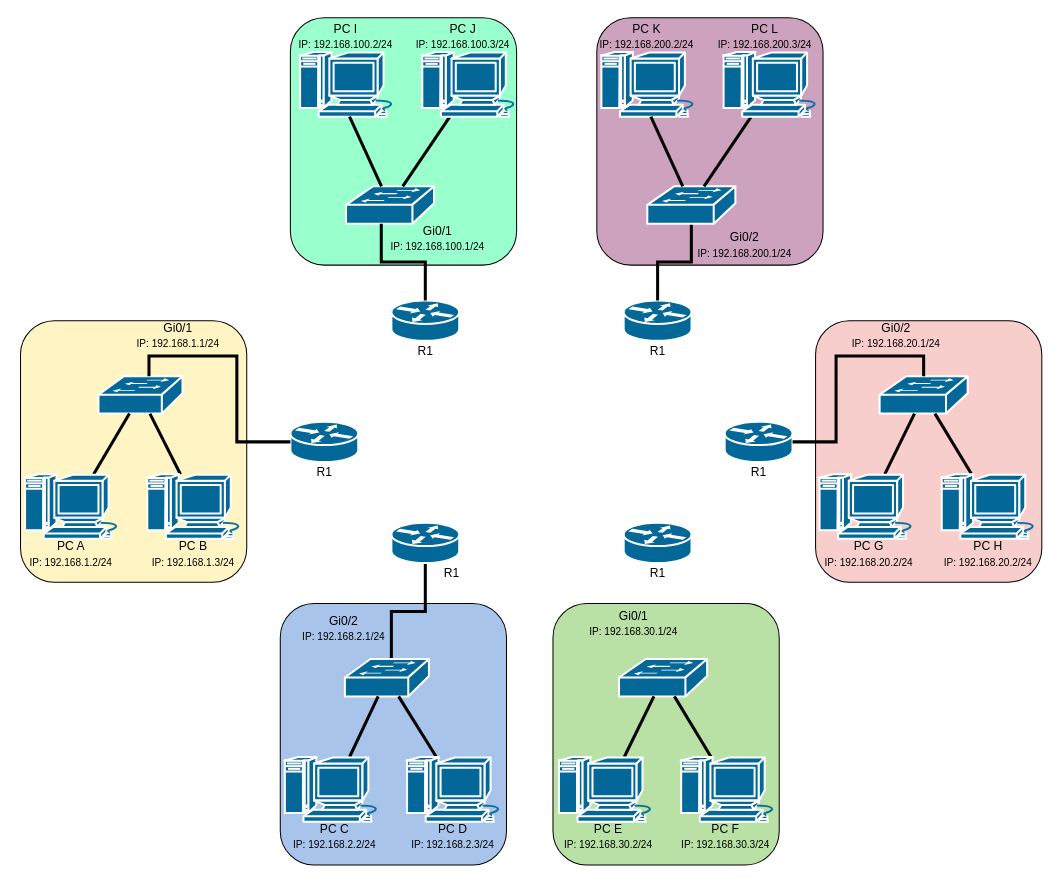
PLAD26/-MAC-Tabellen-und-Switching- keeps this draw.io diagram as Ubung statische routing.drawio. Above is the earlier version. Source tidied: cells renumbered, new cells numbered last; positions are measured from the earlier drawing's top-left corner, leaving out a move shared by most shapes. Both pictures are drawn from the tidied source at 101%, with x=0, y=0 at pixel (17, 17).
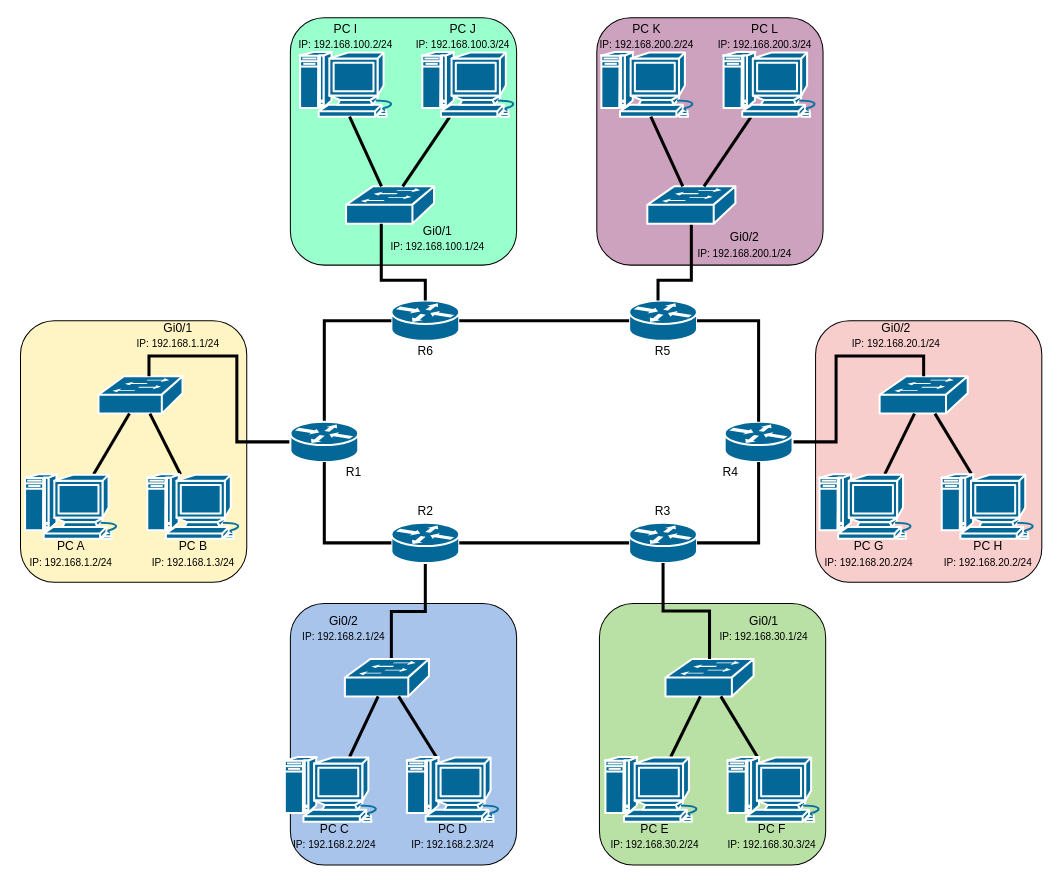
The same diagram, later.

Unchanged cells that the change refers to:
```xml
<mxCell id="5" style="strokeColor=#ffffff;sketch=0;html=1;dashed=0;fillColor=#036897;strokeWidth=2;verticalLabelPosition=bottom;verticalAlign=top;align=center;outlineConnect=0;shape=mxgraph.cisco.switches.workgroup_switch;" parent="3" vertex="1">
  <mxGeometry x="65.4" y="55" width="87.2" height="37" as="geometry" />
</mxCell>
<mxCell id="19" style="group;" parent="1" vertex="1">
  <mxGeometry x="370" y="280" width="67.2" height="65" as="geometry" />
</mxCell>
<mxCell id="20" style="strokeColor=#ffffff;sketch=0;html=1;dashed=0;fillColor=#036897;strokeWidth=2;verticalLabelPosition=bottom;verticalAlign=top;align=center;outlineConnect=0;shape=mxgraph.cisco.routers.router;" parent="19" vertex="1">
  <mxGeometry width="67.2" height="40" as="geometry" />
</mxCell>
<mxCell id="23" style="strokeColor=#ffffff;sketch=0;html=1;dashed=0;fillColor=#036897;strokeWidth=2;verticalLabelPosition=bottom;verticalAlign=top;align=center;outlineConnect=0;shape=mxgraph.cisco.routers.router;" parent="22" vertex="1">
  <mxGeometry width="67.2" height="40" as="geometry" />
</mxCell>
<mxCell id="29" style="strokeColor=#ffffff;sketch=0;html=1;dashed=0;fillColor=#036897;strokeWidth=2;verticalLabelPosition=bottom;verticalAlign=top;align=center;outlineConnect=0;shape=mxgraph.cisco.switches.workgroup_switch;" parent="1" vertex="1">
  <mxGeometry x="325.1" y="167" width="87.2" height="37" as="geometry" />
</mxCell>
<mxCell id="39" style="strokeColor=#ffffff;sketch=0;html=1;dashed=0;fillColor=#036897;strokeWidth=2;verticalLabelPosition=bottom;verticalAlign=top;align=center;outlineConnect=0;shape=mxgraph.cisco.switches.workgroup_switch;" parent="1" vertex="1">
  <mxGeometry x="623.4" y="167" width="87.2" height="37" as="geometry" />
</mxCell>
<mxCell id="78" style="strokeColor=#ffffff;sketch=0;html=1;dashed=0;fillColor=#036897;strokeWidth=2;verticalLabelPosition=bottom;verticalAlign=top;align=center;outlineConnect=0;shape=mxgraph.cisco.routers.router;" parent="1" vertex="1">
  <mxGeometry x="370" y="500" width="67.2" height="40" as="geometry" />
</mxCell>
```

Change to the diagram source:
```diff
@@
     <mxCell id="3" style="group;" parent="1" vertex="1">
-      <mxGeometry x="530" y="580" width="225.4" height="259" as="geometry" />
+      <mxGeometry x="576" y="580" width="225.4" height="259" as="geometry" />
     </mxCell>
@@
     <mxCell id="12" value="Gi0/1&lt;br&gt;&lt;div&gt;&lt;font style=&quot;font-size: 10px;&quot;&gt;IP: 192.168.30.1/24&lt;/font&gt;&lt;/div&gt;" style="text;html=1;whiteSpace=wrap;strokeColor=none;fillColor=none;align=center;verticalAlign=middle;rounded=0;" parent="3" vertex="1">
-      <mxGeometry x="26.6" y="5" width="105.8" height="30" as="geometry" />
+      <mxGeometry x="110" y="10" width="105.8" height="30" as="geometry" />
     </mxCell>
-    <mxCell id="13" style="group;" parent="1" vertex="1">
-      <mxGeometry x="600" y="500" width="67.2" height="65" as="geometry" />
-    </mxCell>
-    <mxCell id="14" style="strokeColor=#ffffff;sketch=0;html=1;dashed=0;fillColor=#036897;strokeWidth=2;verticalLabelPosition=bottom;verticalAlign=top;align=center;outlineConnect=0;shape=mxgraph.cisco.routers.router;" parent="13" vertex="1">
-      <mxGeometry width="67.2" height="40" as="geometry" />
-    </mxCell>
-    <mxCell id="15" value="R1" style="text;html=1;whiteSpace=wrap;strokeColor=none;fillColor=none;align=center;verticalAlign=middle;rounded=0;" parent="13" vertex="1">
-      <mxGeometry x="3.6" y="35" width="60" height="30" as="geometry" />
-    </mxCell>
-    <mxCell id="16" style="group;" parent="1" vertex="1">
-      <mxGeometry x="270" y="400" width="67.2" height="65" as="geometry" />
-    </mxCell>
-    <mxCell id="17" style="strokeColor=#ffffff;sketch=0;html=1;dashed=0;fillColor=#036897;strokeWidth=2;verticalLabelPosition=bottom;verticalAlign=top;align=center;outlineConnect=0;shape=mxgraph.cisco.routers.router;" parent="16" vertex="1">
-      <mxGeometry width="67.2" height="40" as="geometry" />
-    </mxCell>
-    <mxCell id="18" value="R1" style="text;html=1;whiteSpace=wrap;strokeColor=none;fillColor=none;align=center;verticalAlign=middle;rounded=0;" parent="16" vertex="1">
-      <mxGeometry x="3.6" y="35" width="60" height="30" as="geometry" />
-    </mxCell>
@@
-    <mxCell id="21" value="R1" style="text;html=1;whiteSpace=wrap;strokeColor=none;fillColor=none;align=center;verticalAlign=middle;rounded=0;" parent="19" vertex="1">
+    <mxCell id="21" value="R6" style="text;html=1;whiteSpace=wrap;strokeColor=none;fillColor=none;align=center;verticalAlign=middle;rounded=0;" parent="19" vertex="1">
       <mxGeometry x="3.6" y="35" width="60" height="30" as="geometry" />
     </mxCell>
     <mxCell id="22" style="group;" parent="1" vertex="1">
-      <mxGeometry x="600" y="280" width="67.2" height="65" as="geometry" />
+      <mxGeometry x="605.4" y="280" width="67.2" height="65" as="geometry" />
     </mxCell>
@@
-    <mxCell id="24" value="R1" style="text;html=1;whiteSpace=wrap;strokeColor=none;fillColor=none;align=center;verticalAlign=middle;rounded=0;" parent="22" vertex="1">
+    <mxCell id="24" value="R5" style="text;html=1;whiteSpace=wrap;strokeColor=none;fillColor=none;align=center;verticalAlign=middle;rounded=0;" parent="22" vertex="1">
       <mxGeometry x="3.6" y="35" width="60" height="30" as="geometry" />
     </mxCell>
-    <mxCell id="25" style="group;" parent="1" vertex="1">
-      <mxGeometry x="700" y="400" width="67.2" height="65" as="geometry" />
-    </mxCell>
-    <mxCell id="26" style="strokeColor=#ffffff;sketch=0;html=1;dashed=0;fillColor=#036897;strokeWidth=2;verticalLabelPosition=bottom;verticalAlign=top;align=center;outlineConnect=0;shape=mxgraph.cisco.routers.router;" parent="25" vertex="1">
-      <mxGeometry width="67.2" height="40" as="geometry" />
-    </mxCell>
-    <mxCell id="27" value="R1" style="text;html=1;whiteSpace=wrap;strokeColor=none;fillColor=none;align=center;verticalAlign=middle;rounded=0;" parent="25" vertex="1">
-      <mxGeometry x="3.6" y="35" width="60" height="30" as="geometry" />
-    </mxCell>
@@
     <mxCell id="38" style="edgeStyle=orthogonalEdgeStyle;rounded=0;jettySize=auto;html=1;exitX=0.5;exitY=0.98;exitDx=0;exitDy=0;exitPerimeter=0;endArrow=none;endFill=0;strokeWidth=3;" parent="1" edge="1" source="39" target="23">
-      <mxGeometry relative="1" as="geometry" />
+      <mxGeometry relative="1" as="geometry">
+        <Array as="points">
+          <mxPoint x="667" y="260" />
+          <mxPoint x="634" y="260" />
+        </Array>
+      </mxGeometry>
     </mxCell>
@@
     <mxCell id="56" style="rounded=1;whiteSpace=wrap;html=1;fillColor=#A9C4EB;" parent="1" vertex="1">
-      <mxGeometry x="260" y="580" width="224" height="259" as="geometry" />
+      <mxGeometry x="270" y="580" width="224" height="259" as="geometry" />
     </mxCell>
@@
     <mxCell id="76" style="edgeStyle=orthogonalEdgeStyle;rounded=0;jettySize=auto;html=1;entryX=0.5;entryY=0;entryDx=0;entryDy=0;entryPerimeter=0;endArrow=none;endFill=0;strokeWidth=3;" parent="1" edge="1" source="29" target="20">
       <mxGeometry relative="1" as="geometry">
         <Array as="points">
-          <mxPoint x="360" y="242" />
-          <mxPoint x="404" y="242" />
+          <mxPoint x="360" y="260" />
+          <mxPoint x="404" y="260" />
         </Array>
       </mxGeometry>
     </mxCell>
@@
-    <mxCell id="79" value="R1" style="text;html=1;whiteSpace=wrap;strokeColor=none;fillColor=none;align=center;verticalAlign=middle;rounded=0;" parent="1" vertex="1">
-      <mxGeometry x="400.1" y="535" width="60" height="30" as="geometry" />
+    <mxCell id="79" value="R2" style="text;html=1;whiteSpace=wrap;strokeColor=none;fillColor=none;align=center;verticalAlign=middle;rounded=0;" parent="1" vertex="1">
+      <mxGeometry x="373.6" y="474" width="60" height="30" as="geometry" />
     </mxCell>
+    <mxCell id="14" style="strokeColor=#ffffff;sketch=0;html=1;dashed=0;fillColor=#036897;strokeWidth=2;verticalLabelPosition=bottom;verticalAlign=top;align=center;outlineConnect=0;shape=mxgraph.cisco.routers.router;" parent="1" vertex="1">
+      <mxGeometry x="605.4" y="500" width="67.2" height="40" as="geometry" />
+    </mxCell>
+    <mxCell id="15" value="R3" style="text;html=1;whiteSpace=wrap;strokeColor=none;fillColor=none;align=center;verticalAlign=middle;rounded=0;" parent="1" vertex="1">
+      <mxGeometry x="609" y="474" width="60" height="30" as="geometry" />
+    </mxCell>
+    <mxCell id="80" style="edgeStyle=orthogonalEdgeStyle;rounded=0;jettySize=auto;html=1;exitX=0.5;exitY=0;exitDx=0;exitDy=0;exitPerimeter=0;entryX=0.5;entryY=1;entryDx=0;entryDy=0;entryPerimeter=0;endArrow=none;endFill=0;strokeWidth=3;" parent="1" edge="1" source="5" target="14">
+      <mxGeometry relative="1" as="geometry" />
+    </mxCell>
+    <mxCell id="81" style="edgeStyle=orthogonalEdgeStyle;rounded=0;jettySize=auto;html=1;exitX=0.5;exitY=0;exitDx=0;exitDy=0;exitPerimeter=0;entryX=0;entryY=0.5;entryDx=0;entryDy=0;entryPerimeter=0;endArrow=none;endFill=0;strokeWidth=3;" parent="1" edge="1" source="17" target="20">
+      <mxGeometry relative="1" as="geometry" />
+    </mxCell>
+    <mxCell id="17" style="strokeColor=#ffffff;sketch=0;html=1;dashed=0;fillColor=#036897;strokeWidth=2;verticalLabelPosition=bottom;verticalAlign=top;align=center;outlineConnect=0;shape=mxgraph.cisco.routers.router;" parent="1" vertex="1">
+      <mxGeometry x="270" y="400" width="67.2" height="40" as="geometry" />
+    </mxCell>
+    <mxCell id="18" value="R1" style="text;html=1;whiteSpace=wrap;strokeColor=none;fillColor=none;align=center;verticalAlign=middle;rounded=0;" parent="1" vertex="1">
+      <mxGeometry x="303" y="435" width="60" height="30" as="geometry" />
+    </mxCell>
+    <mxCell id="26" style="strokeColor=#ffffff;sketch=0;html=1;dashed=0;fillColor=#036897;strokeWidth=2;verticalLabelPosition=bottom;verticalAlign=top;align=center;outlineConnect=0;shape=mxgraph.cisco.routers.router;" parent="1" vertex="1">
+      <mxGeometry x="700" y="400" width="67.2" height="40" as="geometry" />
+    </mxCell>
+    <mxCell id="27" value="R4" style="text;html=1;whiteSpace=wrap;strokeColor=none;fillColor=none;align=center;verticalAlign=middle;rounded=0;" parent="1" vertex="1">
+      <mxGeometry x="676.4" y="435" width="60" height="30" as="geometry" />
+    </mxCell>
+    <mxCell id="82" style="edgeStyle=orthogonalEdgeStyle;rounded=0;jettySize=auto;html=1;exitX=0;exitY=0.5;exitDx=0;exitDy=0;exitPerimeter=0;entryX=0.5;entryY=1;entryDx=0;entryDy=0;entryPerimeter=0;endArrow=none;endFill=0;strokeWidth=3;" parent="1" edge="1" source="78" target="17">
+      <mxGeometry relative="1" as="geometry" />
+    </mxCell>
+    <mxCell id="83" style="edgeStyle=orthogonalEdgeStyle;rounded=0;jettySize=auto;html=1;exitX=0;exitY=0.5;exitDx=0;exitDy=0;exitPerimeter=0;entryX=1;entryY=0.5;entryDx=0;entryDy=0;entryPerimeter=0;endArrow=none;endFill=0;strokeWidth=3;" parent="1" edge="1" source="14" target="78">
+      <mxGeometry relative="1" as="geometry" />
+    </mxCell>
+    <mxCell id="84" style="edgeStyle=orthogonalEdgeStyle;rounded=0;jettySize=auto;html=1;exitX=0.5;exitY=1;exitDx=0;exitDy=0;exitPerimeter=0;entryX=1;entryY=0.5;entryDx=0;entryDy=0;entryPerimeter=0;endArrow=none;endFill=0;strokeWidth=3;" parent="1" edge="1" source="26" target="14">
+      <mxGeometry relative="1" as="geometry" />
+    </mxCell>
+    <mxCell id="85" style="edgeStyle=orthogonalEdgeStyle;rounded=0;jettySize=auto;html=1;exitX=1;exitY=0.5;exitDx=0;exitDy=0;exitPerimeter=0;endArrow=none;endFill=0;strokeWidth=3;" parent="1" edge="1" source="23" target="26">
+      <mxGeometry relative="1" as="geometry" />
+    </mxCell>
+    <mxCell id="86" style="edgeStyle=orthogonalEdgeStyle;rounded=0;jettySize=auto;html=1;exitX=1;exitY=0.5;exitDx=0;exitDy=0;exitPerimeter=0;entryX=0;entryY=0.5;entryDx=0;entryDy=0;entryPerimeter=0;endArrow=none;endFill=0;strokeWidth=3;" parent="1" edge="1" source="20" target="23">
+      <mxGeometry relative="1" as="geometry" />
+    </mxCell>
```
